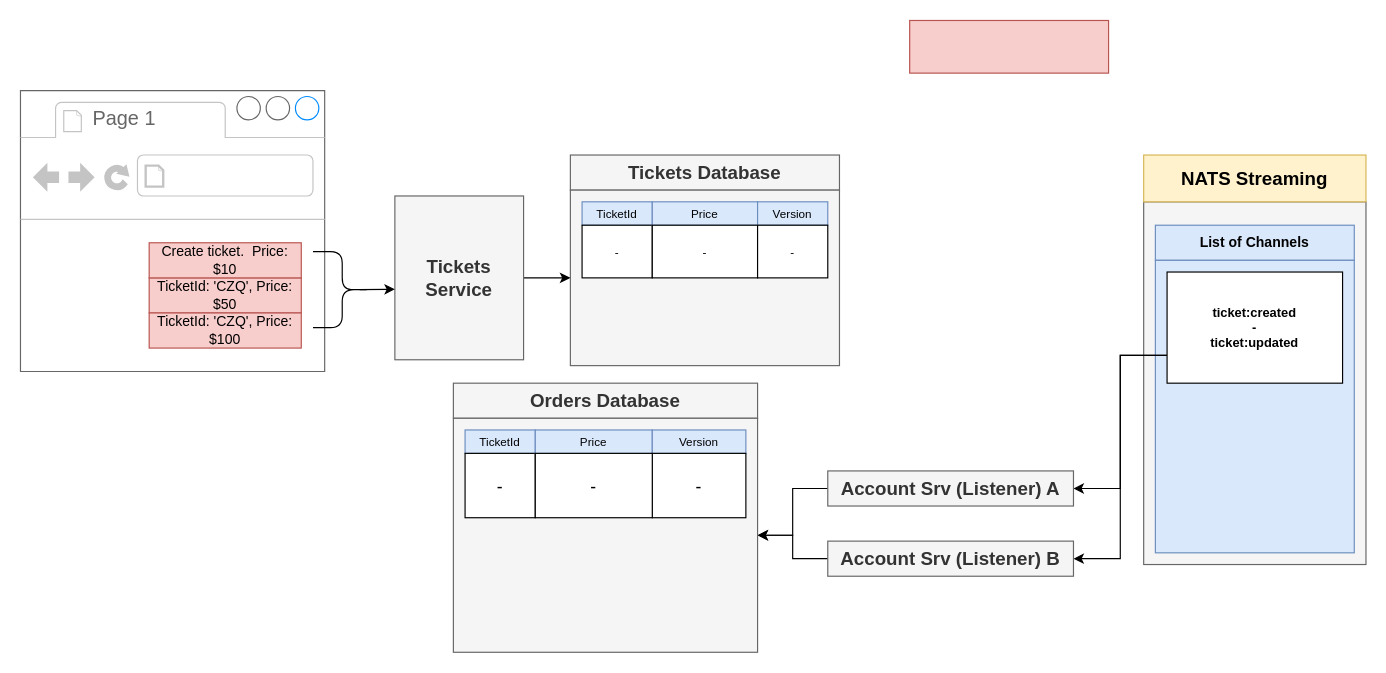
Earlier version of the draw.io diagram page "13 - req" (19 of 19) of diagrams/05/12.drawio (HappySuzuki/microservices-cast). Source tidied: cells renumbered, new cells numbered last; positions are measured from the earlier drawing's top-left corner, leaving out a move shared by most shapes. Both pictures are drawn from the tidied source at 117%, with x=0, y=0 at pixel (20, 20).
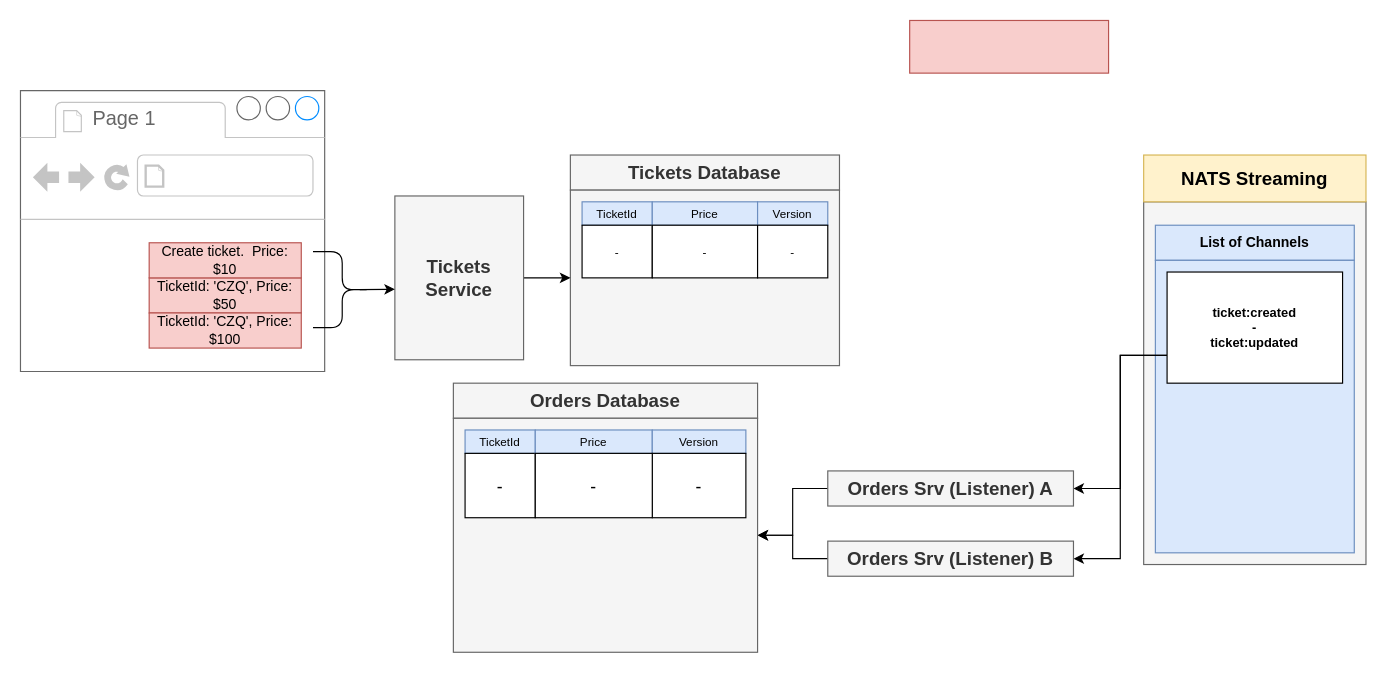
Above is the later version.

What changed in the source:
```diff
@@
-    <mxCell id="26" value="Account Srv (Listener) A" style="rounded=0;whiteSpace=wrap;html=1;fillColor=#f5f5f5;strokeColor=#666666;fontColor=#333333;fontStyle=1;fontSize=16;" parent="1" vertex="1">
+    <mxCell id="26" value="Orders Srv (Listener) A" style="rounded=0;whiteSpace=wrap;html=1;fillColor=#f5f5f5;strokeColor=#666666;fontColor=#333333;fontStyle=1;fontSize=16;" parent="1" vertex="1">
       <mxGeometry x="690" y="385" width="210" height="30" as="geometry" />
     </mxCell>
@@
-    <mxCell id="28" value="Account Srv (Listener) B" style="rounded=0;whiteSpace=wrap;html=1;fillColor=#f5f5f5;strokeColor=#666666;fontColor=#333333;fontStyle=1;fontSize=16;" parent="1" vertex="1">
+    <mxCell id="28" value="Orders Srv (Listener) B" style="rounded=0;whiteSpace=wrap;html=1;fillColor=#f5f5f5;strokeColor=#666666;fontColor=#333333;fontStyle=1;fontSize=16;" parent="1" vertex="1">
       <mxGeometry x="690" y="445" width="210" height="30" as="geometry" />
     </mxCell>
```
